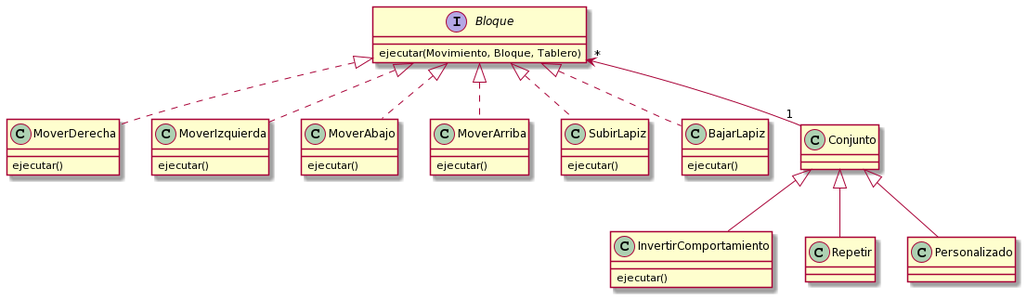
AlePaff/TP2-Algoritmos-3 keeps this PlantUML diagram as DiagramaUML_bloques.png. Above is the earlier version.
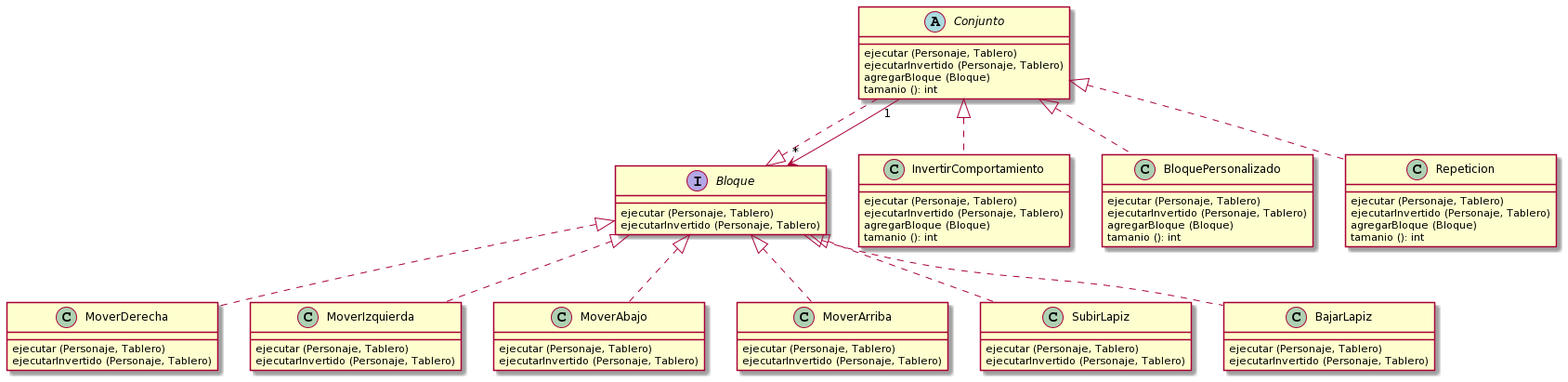
After the change.

The edit, as a diff of the source:
```diff
@@ -1,30 +1,56 @@
 @startuml
 Interface Bloque
-Bloque : ejecutar(Movimiento, Bloque, Tablero)
+Bloque : ejecutar (Personaje, Tablero)
+Bloque : ejecutarInvertido (Personaje, Tablero)
 
 MoverDerecha ..up|> Bloque
-MoverDerecha : ejecutar()
+MoverDerecha : ejecutar (Personaje, Tablero)
+MoverDerecha : ejecutarInvertido (Personaje, Tablero)
 
 MoverIzquierda ..up|> Bloque
-MoverIzquierda : ejecutar()
+MoverIzquierda : ejecutar (Personaje, Tablero)
+MoverIzquierda : ejecutarInvertido (Personaje, Tablero)
 
 MoverAbajo ..up|> Bloque
-MoverAbajo : ejecutar()
+MoverAbajo : ejecutar (Personaje, Tablero)
+MoverAbajo : ejecutarInvertido (Personaje, Tablero)
 
 MoverArriba ..up|> Bloque
-MoverArriba : ejecutar()
+MoverArriba : ejecutar (Personaje, Tablero)
+MoverArriba : ejecutarInvertido (Personaje, Tablero)
 
 SubirLapiz ..up|> Bloque
-SubirLapiz : ejecutar()
+SubirLapiz : ejecutar (Personaje, Tablero)
+SubirLapiz : ejecutarInvertido (Personaje, Tablero)
 
 BajarLapiz ..up|> Bloque
-BajarLapiz : ejecutar()
+BajarLapiz : ejecutar (Personaje, Tablero)
+BajarLapiz : ejecutarInvertido (Personaje, Tablero)
 
-Bloque "*"<--"1" Conjunto
+Abstract Class Conjunto
+Conjunto ..|> Bloque
+Conjunto "1"-->"*" Bloque
+Conjunto : ejecutar (Personaje, Tablero)
+Conjunto : ejecutarInvertido (Personaje, Tablero)
+Conjunto : agregarBloque (Bloque)
+Conjunto : tamanio (): int
 
-InvertirComportamiento : ejecutar()
+InvertirComportamiento ..up|> Conjunto
+InvertirComportamiento : ejecutar (Personaje, Tablero)
+InvertirComportamiento : ejecutarInvertido (Personaje, Tablero)
+InvertirComportamiento : agregarBloque (Bloque)
+InvertirComportamiento : tamanio (): int
 
-Conjunto <|-- InvertirComportamiento
-Conjunto <|-- Repetir
-Conjunto <|-- Personalizado
+
+BloquePersonalizado ..up|> Conjunto
+BloquePersonalizado : ejecutar (Personaje, Tablero)
+BloquePersonalizado : ejecutarInvertido (Personaje, Tablero)
+BloquePersonalizado : agregarBloque (Bloque)
+BloquePersonalizado : tamanio (): int
+
+Repeticion ..up|> Conjunto
+Repeticion : ejecutar (Personaje, Tablero)
+Repeticion : ejecutarInvertido (Personaje, Tablero)
+Repeticion : agregarBloque (Bloque)
+Repeticion : tamanio (): int
 @enduml
```
